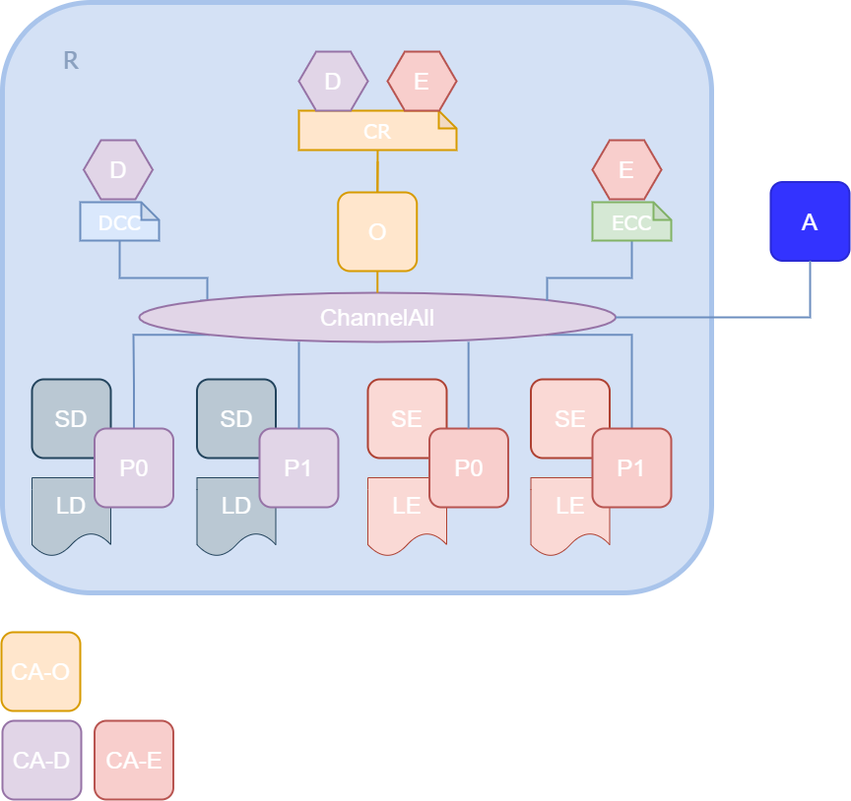
y310w/IoTBlockchainAPP keeps this draw.io diagram as documentacion/imagenes/desarrollo/arquitectura_networkiot.png. Above is the earlier version. Source tidied: cells renumbered, new cells last; positions are measured from the earlier drawing's top-left corner, leaving out a move shared by most shapes. Its diagram source:
```xml
<mxGraphModel>
  <root>
    <mxCell id="0" />
    <mxCell id="1" parent="0" />
    <mxCell id="2" style="rounded=1;whiteSpace=wrap;html=1;fontColor=#333333;fillColor=#D4E1F5;glass=0;shadow=0;sketch=0;perimeterSpacing=3;strokeWidth=5;strokeColor=#A9C4EB;" parent="1" vertex="1">
      <mxGeometry x="1" width="720" height="600" as="geometry" />
    </mxCell>
    <mxCell id="3" value="&lt;font style=&quot;font-size: 24px&quot; color=&quot;#ffffff&quot;&gt;LD&lt;/font&gt;" style="shape=document;whiteSpace=wrap;html=1;boundedLbl=1;fillColor=#bac8d3;strokeColor=#23445d;" parent="1" vertex="1">
      <mxGeometry x="31" y="483" width="80" height="80" as="geometry" />
    </mxCell>
    <mxCell id="4" value="&lt;font color=&quot;#ffffff&quot;&gt;&lt;span style=&quot;font-size: 24px&quot;&gt;SD&lt;/span&gt;&lt;/font&gt;" style="rounded=1;whiteSpace=wrap;html=1;fillColor=#bac8d3;strokeColor=#23445d;strokeWidth=2;" parent="1" vertex="1">
      <mxGeometry x="31" y="383" width="80" height="80" as="geometry" />
    </mxCell>
    <mxCell id="5" style="edgeStyle=orthogonalEdgeStyle;rounded=0;jettySize=auto;html=1;exitX=0.5;exitY=0;exitDx=0;exitDy=0;entryX=0;entryY=1;entryDx=0;entryDy=0;strokeWidth=2;fillColor=#dae8fc;strokeColor=#6c8ebf;endArrow=none;endFill=0;" parent="1" edge="1" source="6" target="15">
      <mxGeometry relative="1" as="geometry">
        <Array as="points">
          <mxPoint x="134" y="389" />
          <mxPoint x="134" y="338" />
        </Array>
      </mxGeometry>
    </mxCell>
    <mxCell id="6" value="&lt;font style=&quot;font-size: 24px&quot; color=&quot;#ffffff&quot;&gt;P0&lt;/font&gt;" style="rounded=1;whiteSpace=wrap;html=1;fillColor=#e1d5e7;strokeColor=#9673a6;strokeWidth=2;" parent="1" vertex="1">
      <mxGeometry x="94.5" y="433" width="80" height="80" as="geometry" />
    </mxCell>
    <mxCell id="7" style="edgeStyle=orthogonalEdgeStyle;rounded=0;jettySize=auto;html=1;exitX=0.5;exitY=1;exitDx=0;exitDy=0;exitPerimeter=0;endArrow=none;endFill=0;strokeWidth=2;fillColor=#dae8fc;entryX=0.127;entryY=0.16;entryDx=0;entryDy=0;entryPerimeter=0;strokeColor=#6C8EBF;" parent="1" edge="1" source="8" target="15">
      <mxGeometry relative="1" as="geometry">
        <Array as="points">
          <mxPoint x="120" y="280" />
          <mxPoint x="209" y="280" />
        </Array>
      </mxGeometry>
    </mxCell>
    <mxCell id="8" value="&lt;font face=&quot;Verdana&quot; color=&quot;#ffffff&quot;&gt;&lt;span style=&quot;font-size: 20px&quot;&gt;DCC&lt;/span&gt;&lt;/font&gt;" style="shape=note;whiteSpace=wrap;html=1;backgroundOutline=1;darkOpacity=0.05;strokeWidth=2;size=18;rotation=0;fillColor=#dae8fc;strokeColor=#6c8ebf;" parent="1" vertex="1">
      <mxGeometry x="80" y="203" width="80" height="39" as="geometry" />
    </mxCell>
    <mxCell id="9" value="&lt;font style=&quot;font-size: 24px&quot; color=&quot;#ffffff&quot;&gt;D&lt;/font&gt;" style="shape=hexagon;perimeter=hexagonPerimeter2;whiteSpace=wrap;html=1;strokeWidth=2;fillColor=#e1d5e7;strokeColor=#9673a6;" parent="1" vertex="1">
      <mxGeometry x="83.5" y="140" width="70" height="60" as="geometry" />
    </mxCell>
    <mxCell id="10" style="edgeStyle=orthogonalEdgeStyle;rounded=0;jumpSize=6;jettySize=auto;html=1;exitX=0.5;exitY=1;exitDx=0;exitDy=0;exitPerimeter=0;entryX=0.5;entryY=0;entryDx=0;entryDy=0;endArrow=none;endFill=0;strokeWidth=2;fillColor=#ffe6cc;strokeColor=#d79b00;" parent="1" edge="1" source="11" target="31">
      <mxGeometry relative="1" as="geometry">
        <Array as="points">
          <mxPoint x="382" y="140" />
          <mxPoint x="382" y="140" />
        </Array>
      </mxGeometry>
    </mxCell>
    <mxCell id="11" value="&lt;font face=&quot;Verdana&quot; color=&quot;#ffffff&quot;&gt;&lt;span style=&quot;font-size: 20px&quot;&gt;CR&lt;/span&gt;&lt;/font&gt;" style="shape=note;whiteSpace=wrap;html=1;backgroundOutline=1;darkOpacity=0.05;strokeWidth=2;size=18;rotation=0;fillColor=#ffe6cc;strokeColor=#d79b00;" parent="1" vertex="1">
      <mxGeometry x="302" y="110" width="160" height="40" as="geometry" />
    </mxCell>
    <mxCell id="12" value="&lt;font color=&quot;#ffffff&quot;&gt;&lt;span style=&quot;font-size: 24px&quot;&gt;D&lt;/span&gt;&lt;/font&gt;" style="shape=hexagon;perimeter=hexagonPerimeter2;whiteSpace=wrap;html=1;strokeWidth=2;fillColor=#e1d5e7;strokeColor=#9673a6;" parent="1" vertex="1">
      <mxGeometry x="302" y="50" width="70" height="60" as="geometry" />
    </mxCell>
    <mxCell id="13" value="&lt;font color=&quot;#ffffff&quot;&gt;&lt;span style=&quot;font-size: 24px&quot;&gt;E&lt;/span&gt;&lt;/font&gt;" style="shape=hexagon;perimeter=hexagonPerimeter2;whiteSpace=wrap;html=1;strokeWidth=2;fillColor=#f8cecc;strokeColor=#b85450;" parent="1" vertex="1">
      <mxGeometry x="392" y="50" width="70" height="60" as="geometry" />
    </mxCell>
    <mxCell id="14" style="edgeStyle=orthogonalEdgeStyle;rounded=0;jettySize=auto;html=1;exitX=1;exitY=1;exitDx=0;exitDy=0;strokeWidth=2;endArrow=none;endFill=0;fillColor=#dae8fc;strokeColor=#6c8ebf;" parent="1" edge="1" source="15" target="22">
      <mxGeometry relative="1" as="geometry">
        <Array as="points">
          <mxPoint x="640" y="338" />
        </Array>
      </mxGeometry>
    </mxCell>
    <mxCell id="15" value="&lt;font style=&quot;font-size: 24px&quot; color=&quot;#ffffff&quot;&gt;ChannelAll&lt;/font&gt;" style="ellipse;whiteSpace=wrap;html=1;strokeWidth=2;fillColor=#e1d5e7;strokeColor=#9673a6;" parent="1" vertex="1">
      <mxGeometry x="140" y="295" width="483.5" height="50" as="geometry" />
    </mxCell>
    <mxCell id="16" style="edgeStyle=orthogonalEdgeStyle;rounded=0;jettySize=auto;html=1;exitX=0.5;exitY=1;exitDx=0;exitDy=0;exitPerimeter=0;entryX=1;entryY=0;entryDx=0;entryDy=0;endArrow=none;endFill=0;strokeWidth=2;fillColor=#d5e8d4;strokeColor=#6C8EBF;" parent="1" edge="1" source="17" target="15">
      <mxGeometry relative="1" as="geometry">
        <Array as="points">
          <mxPoint x="640" y="280" />
          <mxPoint x="554" y="280" />
        </Array>
      </mxGeometry>
    </mxCell>
    <mxCell id="17" value="&lt;font face=&quot;Verdana&quot; color=&quot;#ffffff&quot;&gt;&lt;span style=&quot;font-size: 20px&quot;&gt;ECC&lt;/span&gt;&lt;/font&gt;" style="shape=note;whiteSpace=wrap;html=1;backgroundOutline=1;darkOpacity=0.05;strokeWidth=2;size=18;rotation=0;fillColor=#d5e8d4;strokeColor=#82b366;" parent="1" vertex="1">
      <mxGeometry x="600" y="203" width="80" height="39" as="geometry" />
    </mxCell>
    <mxCell id="18" value="&lt;font color=&quot;#ffffff&quot;&gt;&lt;span style=&quot;font-size: 24px&quot;&gt;E&lt;/span&gt;&lt;/font&gt;" style="shape=hexagon;perimeter=hexagonPerimeter2;whiteSpace=wrap;html=1;strokeWidth=2;fillColor=#f8cecc;strokeColor=#b85450;" parent="1" vertex="1">
      <mxGeometry x="600" y="140" width="70" height="60" as="geometry" />
    </mxCell>
    <mxCell id="19" value="&lt;font style=&quot;font-size: 24px&quot; color=&quot;#ffffff&quot;&gt;LE&lt;/font&gt;" style="shape=document;whiteSpace=wrap;html=1;boundedLbl=1;fillColor=#fad9d5;strokeColor=#ae4132;" parent="1" vertex="1">
      <mxGeometry x="537.5" y="483" width="80" height="80" as="geometry" />
    </mxCell>
    <mxCell id="20" value="&lt;font style=&quot;font-size: 24px&quot; color=&quot;#ffffff&quot;&gt;SE&lt;/font&gt;" style="rounded=1;whiteSpace=wrap;html=1;fillColor=#fad9d5;strokeColor=#ae4132;strokeWidth=2;" parent="1" vertex="1">
      <mxGeometry x="537.5" y="383" width="80" height="80" as="geometry" />
    </mxCell>
    <mxCell id="21" style="edgeStyle=orthogonalEdgeStyle;rounded=0;jumpSize=6;jettySize=auto;html=1;exitX=0.5;exitY=1;exitDx=0;exitDy=0;exitPerimeter=0;entryX=0.5;entryY=0;entryDx=0;entryDy=0;endArrow=none;endFill=0;strokeWidth=2;fillColor=#ffe6cc;strokeColor=#d79b00;" parent="1" edge="1" source="31" target="15">
      <mxGeometry relative="1" as="geometry" />
    </mxCell>
    <mxCell id="22" value="&lt;font color=&quot;#ffffff&quot;&gt;&lt;span style=&quot;font-size: 24px&quot;&gt;P1&lt;/span&gt;&lt;/font&gt;" style="rounded=1;whiteSpace=wrap;html=1;fillColor=#f8cecc;strokeColor=#b85450;strokeWidth=2;" parent="1" vertex="1">
      <mxGeometry x="600" y="433" width="80" height="80" as="geometry" />
    </mxCell>
    <mxCell id="23" value="&lt;font style=&quot;font-size: 24px&quot; color=&quot;#ffffff&quot;&gt;LD&lt;/font&gt;" style="shape=document;whiteSpace=wrap;html=1;boundedLbl=1;fillColor=#bac8d3;strokeColor=#23445d;" parent="1" vertex="1">
      <mxGeometry x="198.5" y="483" width="80" height="80" as="geometry" />
    </mxCell>
    <mxCell id="24" value="&lt;font color=&quot;#ffffff&quot;&gt;&lt;span style=&quot;font-size: 24px&quot;&gt;SD&lt;/span&gt;&lt;/font&gt;" style="rounded=1;whiteSpace=wrap;html=1;fillColor=#bac8d3;strokeColor=#23445d;strokeWidth=2;" parent="1" vertex="1">
      <mxGeometry x="198.5" y="383" width="80" height="80" as="geometry" />
    </mxCell>
    <mxCell id="25" value="&lt;font style=&quot;font-size: 24px&quot; color=&quot;#ffffff&quot;&gt;P1&lt;/font&gt;" style="rounded=1;whiteSpace=wrap;html=1;fillColor=#e1d5e7;strokeColor=#9673a6;strokeWidth=2;" parent="1" vertex="1">
      <mxGeometry x="262" y="433" width="80" height="80" as="geometry" />
    </mxCell>
    <mxCell id="26" style="edgeStyle=orthogonalEdgeStyle;rounded=0;jettySize=auto;html=1;strokeWidth=2;fillColor=#dae8fc;strokeColor=#6c8ebf;endArrow=none;endFill=0;exitX=0.5;exitY=0;exitDx=0;exitDy=0;" parent="1" edge="1" source="25">
      <mxGeometry relative="1" as="geometry">
        <mxPoint x="302" y="345" as="targetPoint" />
        <Array as="points">
          <mxPoint x="302" y="345" />
        </Array>
      </mxGeometry>
    </mxCell>
    <mxCell id="27" value="&lt;font style=&quot;font-size: 24px&quot; color=&quot;#ffffff&quot;&gt;LE&lt;/font&gt;" style="shape=document;whiteSpace=wrap;html=1;boundedLbl=1;fillColor=#fad9d5;strokeColor=#ae4132;" parent="1" vertex="1">
      <mxGeometry x="372" y="483" width="80" height="80" as="geometry" />
    </mxCell>
    <mxCell id="28" value="&lt;font style=&quot;font-size: 24px&quot; color=&quot;#ffffff&quot;&gt;SE&lt;/font&gt;" style="rounded=1;whiteSpace=wrap;html=1;fillColor=#fad9d5;strokeColor=#ae4132;strokeWidth=2;" parent="1" vertex="1">
      <mxGeometry x="372" y="383" width="80" height="80" as="geometry" />
    </mxCell>
    <mxCell id="29" value="&lt;font color=&quot;#ffffff&quot;&gt;&lt;span style=&quot;font-size: 24px&quot;&gt;P0&lt;/span&gt;&lt;/font&gt;" style="rounded=1;whiteSpace=wrap;html=1;fillColor=#f8cecc;strokeColor=#b85450;strokeWidth=2;" parent="1" vertex="1">
      <mxGeometry x="434.5" y="433" width="80" height="80" as="geometry" />
    </mxCell>
    <mxCell id="30" style="edgeStyle=orthogonalEdgeStyle;rounded=0;orthogonalLoop=1;jettySize=auto;html=1;strokeWidth=2;fillColor=#dae8fc;strokeColor=#6c8ebf;endArrow=none;endFill=0;exitX=0.5;exitY=0;exitDx=0;exitDy=0;" parent="1" edge="1">
      <mxGeometry relative="1" as="geometry">
        <mxPoint x="474.2" y="433" as="sourcePoint" />
        <mxPoint x="474.2" y="345" as="targetPoint" />
        <Array as="points">
          <mxPoint x="474.2" y="345" />
        </Array>
      </mxGeometry>
    </mxCell>
    <mxCell id="31" value="&lt;font style=&quot;font-size: 24px&quot; color=&quot;#ffffff&quot;&gt;O&lt;/font&gt;" style="rounded=1;whiteSpace=wrap;html=1;fillColor=#ffe6cc;strokeColor=#d79b00;strokeWidth=2;" parent="1" vertex="1">
      <mxGeometry x="341.8" y="193" width="80" height="80" as="geometry" />
    </mxCell>
    <mxCell id="32" style="edgeStyle=orthogonalEdgeStyle;rounded=0;jumpSize=6;jettySize=auto;html=1;entryX=0.5;entryY=0;entryDx=0;entryDy=0;endArrow=none;endFill=0;strokeWidth=2;fillColor=#ffe6cc;strokeColor=#d79b00;" parent="1" edge="1" target="31">
      <mxGeometry relative="1" as="geometry">
        <mxPoint x="382" y="162" as="sourcePoint" />
      </mxGeometry>
    </mxCell>
    <mxCell id="33" value="&lt;font face=&quot;Lucida Console&quot; style=&quot;font-size: 28px&quot; color=&quot;#8aa0bf&quot;&gt;R&lt;/font&gt;" style="text;html=1;strokeColor=none;fillColor=none;align=center;verticalAlign=middle;whiteSpace=wrap;rounded=0;" parent="1" vertex="1">
      <mxGeometry x="51" y="50" width="40" height="20" as="geometry" />
    </mxCell>
    <mxCell id="34" value="&lt;font style=&quot;font-size: 24px&quot; color=&quot;#ffffff&quot;&gt;CA-O&lt;/font&gt;" style="rounded=1;whiteSpace=wrap;html=1;fillColor=#ffe6cc;strokeColor=#d79b00;strokeWidth=2;" parent="1" vertex="1">
      <mxGeometry y="640" width="80" height="80" as="geometry" />
    </mxCell>
    <mxCell id="35" value="&lt;font color=&quot;#ffffff&quot;&gt;&lt;span style=&quot;font-size: 24px&quot;&gt;CA-D&lt;/span&gt;&lt;/font&gt;" style="rounded=1;whiteSpace=wrap;html=1;fillColor=#e1d5e7;strokeColor=#9673a6;strokeWidth=2;" parent="1" vertex="1">
      <mxGeometry x="1" y="730" width="80" height="80" as="geometry" />
    </mxCell>
    <mxCell id="36" value="&lt;font color=&quot;#ffffff&quot;&gt;&lt;span style=&quot;font-size: 24px&quot;&gt;CA-E&lt;/span&gt;&lt;/font&gt;" style="rounded=1;whiteSpace=wrap;html=1;fillColor=#f8cecc;strokeColor=#b85450;strokeWidth=2;" parent="1" vertex="1">
      <mxGeometry x="94.5" y="730" width="80" height="80" as="geometry" />
    </mxCell>
    <mxCell id="37" value="&lt;font color=&quot;#ffffff&quot;&gt;&lt;span style=&quot;font-size: 24px&quot;&gt;A&lt;/span&gt;&lt;/font&gt;" style="rounded=1;whiteSpace=wrap;html=1;strokeWidth=2;fillColor=#3333FF;strokeColor=#2A2AD4;" parent="1" vertex="1">
      <mxGeometry x="781" y="182.5" width="80" height="80" as="geometry" />
    </mxCell>
    <mxCell id="38" style="edgeStyle=orthogonalEdgeStyle;rounded=0;jettySize=auto;html=1;exitX=0.5;exitY=1;exitDx=0;exitDy=0;entryX=1;entryY=0.5;entryDx=0;entryDy=0;endArrow=none;endFill=0;strokeWidth=2;fillColor=#d5e8d4;strokeColor=#6C8EBF;" parent="1" edge="1" source="37" target="15">
      <mxGeometry relative="1" as="geometry">
        <Array as="points">
          <mxPoint x="821" y="320" />
        </Array>
      </mxGeometry>
    </mxCell>
  </root>
</mxGraphModel>
```
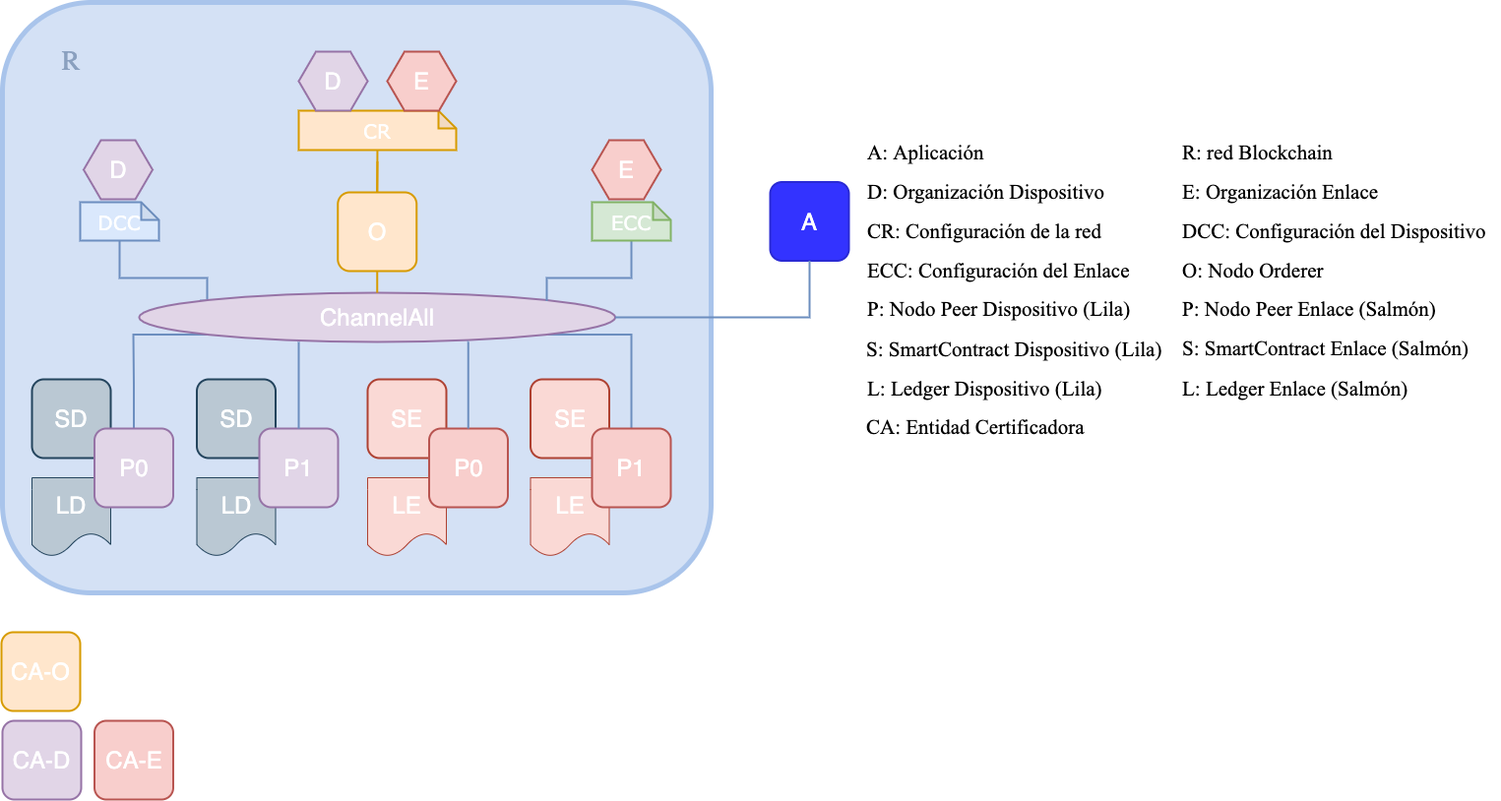
The same diagram one commit later.

What changed in the source:
```diff
@@ -144,7 +144,7 @@
     <mxCell id="36" value="&lt;font color=&quot;#ffffff&quot;&gt;&lt;span style=&quot;font-size: 24px&quot;&gt;CA-E&lt;/span&gt;&lt;/font&gt;" style="rounded=1;whiteSpace=wrap;html=1;fillColor=#f8cecc;strokeColor=#b85450;strokeWidth=2;" parent="1" vertex="1">
       <mxGeometry x="94.5" y="730" width="80" height="80" as="geometry" />
     </mxCell>
-    <mxCell id="37" value="&lt;font color=&quot;#ffffff&quot;&gt;&lt;span style=&quot;font-size: 24px&quot;&gt;A&lt;/span&gt;&lt;/font&gt;" style="rounded=1;whiteSpace=wrap;html=1;strokeWidth=2;fillColor=#3333FF;strokeColor=#2A2AD4;" parent="1" vertex="1">
+    <mxCell id="37" value="&lt;font color=&quot;#ffffff&quot;&gt;&lt;span style=&quot;font-size: 24px&quot;&gt;A&lt;/span&gt;&lt;/font&gt;" style="rounded=1;whiteSpace=wrap;html=1;strokeWidth=2;fillColor=#3333FF;strokeColor=#2A2AD4;align=center;" parent="1" vertex="1">
       <mxGeometry x="781" y="182.5" width="80" height="80" as="geometry" />
     </mxCell>
     <mxCell id="38" style="edgeStyle=orthogonalEdgeStyle;rounded=0;jettySize=auto;html=1;exitX=0.5;exitY=1;exitDx=0;exitDy=0;entryX=1;entryY=0.5;entryDx=0;entryDy=0;endArrow=none;endFill=0;strokeWidth=2;fillColor=#d5e8d4;strokeColor=#6C8EBF;" parent="1" edge="1" source="37" target="15">
@@ -154,5 +154,50 @@
         </Array>
       </mxGeometry>
     </mxCell>
+    <mxCell id="39" value="R: red Blockchain" style="text;html=1;strokeColor=none;fillColor=none;align=left;verticalAlign=middle;whiteSpace=wrap;rounded=0;horizontal=1;fontFamily=Times New Roman;fontSize=21;" parent="1" vertex="1">
+      <mxGeometry x="1198" y="143" width="270" height="20" as="geometry" />
+    </mxCell>
+    <mxCell id="40" value="D: Organización Dispositivo" style="text;html=1;strokeColor=none;fillColor=none;align=left;verticalAlign=middle;whiteSpace=wrap;rounded=0;horizontal=1;fontFamily=Times New Roman;fontSize=21;" parent="1" vertex="1">
+      <mxGeometry x="878" y="183" width="270" height="20" as="geometry" />
+    </mxCell>
+    <mxCell id="41" value="E: Organización Enlace" style="text;html=1;strokeColor=none;fillColor=none;align=left;verticalAlign=middle;whiteSpace=wrap;rounded=0;horizontal=1;fontFamily=Times New Roman;fontSize=21;" parent="1" vertex="1">
+      <mxGeometry x="1198" y="183" width="270" height="20" as="geometry" />
+    </mxCell>
+    <mxCell id="42" value="CR: Configuración de la red" style="text;html=1;strokeColor=none;fillColor=none;align=left;verticalAlign=middle;whiteSpace=wrap;rounded=0;horizontal=1;fontFamily=Times New Roman;fontSize=21;" parent="1" vertex="1">
+      <mxGeometry x="878" y="223" width="270" height="20" as="geometry" />
+    </mxCell>
+    <mxCell id="43" value="DCC: Configuración del Dispositivo" style="text;html=1;strokeColor=none;fillColor=none;align=left;verticalAlign=middle;whiteSpace=wrap;rounded=0;horizontal=1;fontFamily=Times New Roman;fontSize=21;" parent="1" vertex="1">
+      <mxGeometry x="1198" y="223" width="325" height="20" as="geometry" />
+    </mxCell>
+    <mxCell id="44" value="ECC: Configuración del Enlace" style="text;html=1;strokeColor=none;fillColor=none;align=left;verticalAlign=middle;whiteSpace=wrap;rounded=0;horizontal=1;fontFamily=Times New Roman;fontSize=21;" parent="1" vertex="1">
+      <mxGeometry x="878" y="263" width="270" height="20" as="geometry" />
+    </mxCell>
+    <mxCell id="45" value="O: Nodo Orderer" style="text;html=1;strokeColor=none;fillColor=none;align=left;verticalAlign=middle;whiteSpace=wrap;rounded=0;horizontal=1;fontFamily=Times New Roman;fontSize=21;" parent="1" vertex="1">
+      <mxGeometry x="1198" y="263" width="270" height="20" as="geometry" />
+    </mxCell>
+    <mxCell id="46" value="P: Nodo Peer Dispositivo (Lila)" style="text;html=1;strokeColor=none;fillColor=none;align=left;verticalAlign=middle;whiteSpace=wrap;rounded=0;horizontal=1;fontFamily=Times New Roman;fontSize=21;" parent="1" vertex="1">
+      <mxGeometry x="878" y="302" width="270" height="20" as="geometry" />
+    </mxCell>
+    <mxCell id="47" value="P: Nodo Peer Enlace (Salmón)" style="text;html=1;strokeColor=none;fillColor=none;align=left;verticalAlign=middle;whiteSpace=wrap;rounded=0;horizontal=1;fontFamily=Times New Roman;fontSize=21;" parent="1" vertex="1">
+      <mxGeometry x="1198" y="302" width="270" height="20" as="geometry" />
+    </mxCell>
+    <mxCell id="48" value="S: SmartContract Enlace (Salmón)" style="text;html=1;strokeColor=none;fillColor=none;align=left;verticalAlign=middle;whiteSpace=wrap;rounded=0;horizontal=1;fontFamily=Times New Roman;fontSize=21;" parent="1" vertex="1">
+      <mxGeometry x="1198" y="342" width="307" height="20" as="geometry" />
+    </mxCell>
+    <mxCell id="49" value="S: SmartContract Dispositivo (Lila)" style="text;html=1;strokeColor=none;fillColor=none;align=left;verticalAlign=middle;whiteSpace=wrap;rounded=0;horizontal=1;fontFamily=Times New Roman;fontSize=21;" parent="1" vertex="1">
+      <mxGeometry x="877" y="343" width="307" height="20" as="geometry" />
+    </mxCell>
+    <mxCell id="50" value="L: Ledger Enlace (Salmón)" style="text;html=1;strokeColor=none;fillColor=none;align=left;verticalAlign=middle;whiteSpace=wrap;rounded=0;horizontal=1;fontFamily=Times New Roman;fontSize=21;" parent="1" vertex="1">
+      <mxGeometry x="1198" y="383.5" width="307" height="20" as="geometry" />
+    </mxCell>
+    <mxCell id="51" value="L: Ledger Dispositivo (Lila)" style="text;html=1;strokeColor=none;fillColor=none;align=left;verticalAlign=middle;whiteSpace=wrap;rounded=0;horizontal=1;fontFamily=Times New Roman;fontSize=21;" parent="1" vertex="1">
+      <mxGeometry x="878" y="383" width="307" height="20" as="geometry" />
+    </mxCell>
+    <mxCell id="52" value="CA: Entidad Certificadora" style="text;html=1;strokeColor=none;fillColor=none;align=left;verticalAlign=middle;whiteSpace=wrap;rounded=0;horizontal=1;fontFamily=Times New Roman;fontSize=21;" parent="1" vertex="1">
+      <mxGeometry x="877" y="422" width="307" height="20" as="geometry" />
+    </mxCell>
+    <mxCell id="53" value="A: Aplicación" style="text;strokeColor=none;fillColor=none;align=left;verticalAlign=middle;whiteSpace=wrap;rounded=0;horizontal=1;fontFamily=Times New Roman;fontSize=21;" parent="1" vertex="1">
+      <mxGeometry x="878" y="143" width="270" height="20" as="geometry" />
+    </mxCell>
   </root>
 </mxGraphModel>
```
